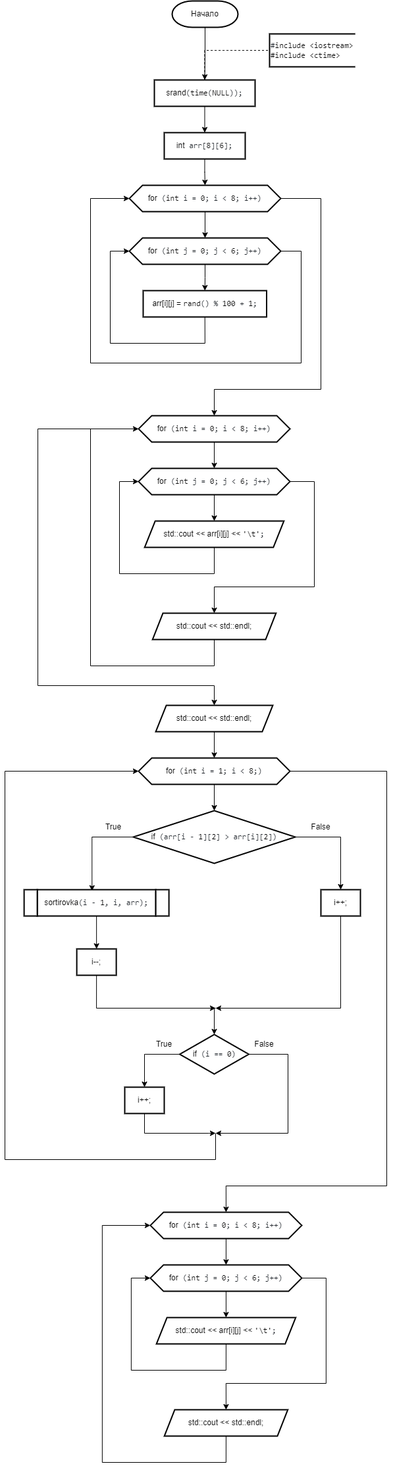
Earlier version of the draw.io export 2 Семестр/Labs/5 Лаба(Двумерные массивы)/Двумерные массивы.png (IlyaFedoseev227/LABS-PNRPU-IVT-22-1b). Source tidied: cells renumbered, new cells last; positions are measured from the earlier drawing's top-left corner, leaving out a move shared by most shapes.
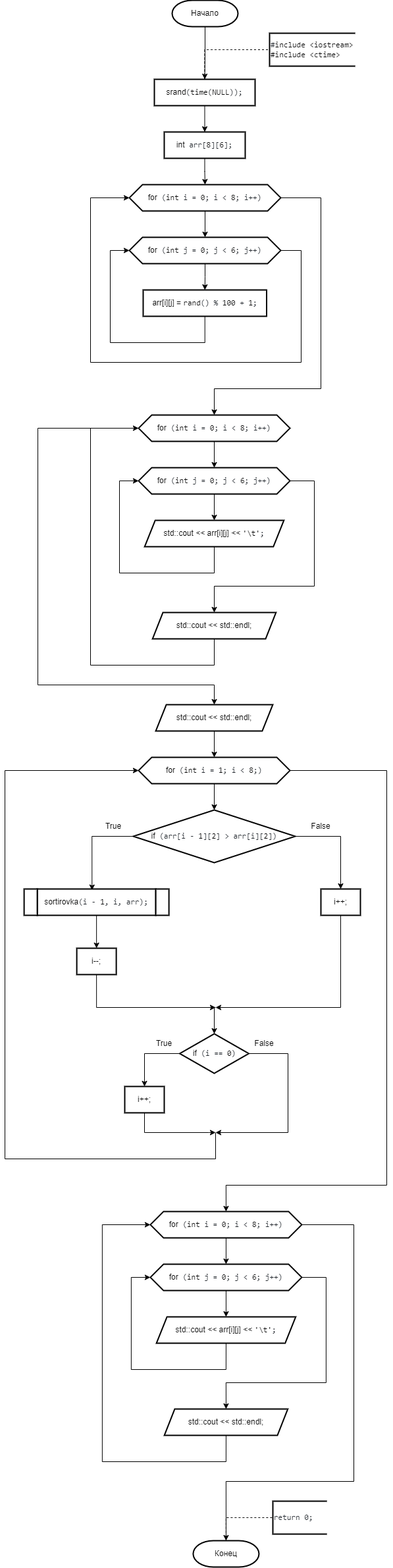
After the change.

Change to the diagram source:
```diff
@@ -247,6 +247,15 @@
     <mxCell id="55" style="edgeStyle=orthogonalEdgeStyle;rounded=0;jettySize=auto;html=1;exitX=0.5;exitY=1;exitDx=0;exitDy=0;" parent="1" edge="1" source="56" target="59">
       <mxGeometry relative="1" as="geometry" />
     </mxCell>
+    <mxCell id="64" style="edgeStyle=orthogonalEdgeStyle;rounded=0;jettySize=auto;html=1;exitX=1;exitY=0.5;exitDx=0;exitDy=0;entryX=0.5;entryY=0;entryDx=0;entryDy=0;entryPerimeter=0;" parent="1" edge="1" source="56" target="65">
+      <mxGeometry relative="1" as="geometry">
+        <Array as="points">
+          <mxPoint x="530" y="1860" />
+          <mxPoint x="530" y="2250" />
+          <mxPoint x="336" y="2250" />
+        </Array>
+      </mxGeometry>
+    </mxCell>
     <mxCell id="56" value="&lt;div style=&quot;text-align: start;&quot;&gt;for&lt;span style=&quot;color: rgb(36, 41, 47); font-family: ui-monospace, SFMono-Regular, &amp;quot;SF Mono&amp;quot;, Menlo, Consolas, &amp;quot;Liberation Mono&amp;quot;, monospace; background-color: rgb(255, 255, 255);&quot;&gt; (&lt;/span&gt;&lt;span style=&quot;box-sizing: border-box; color: var(--color-prettylights-syntax-keyword); font-family: ui-monospace, SFMono-Regular, &amp;quot;SF Mono&amp;quot;, Menlo, Consolas, &amp;quot;Liberation Mono&amp;quot;, monospace; background-color: rgb(255, 255, 255);&quot; class=&quot;pl-k&quot;&gt;int&lt;/span&gt;&lt;span style=&quot;color: rgb(36, 41, 47); font-family: ui-monospace, SFMono-Regular, &amp;quot;SF Mono&amp;quot;, Menlo, Consolas, &amp;quot;Liberation Mono&amp;quot;, monospace; background-color: rgb(255, 255, 255);&quot;&gt; i = &lt;/span&gt;&lt;span style=&quot;box-sizing: border-box; color: var(--color-prettylights-syntax-constant); font-family: ui-monospace, SFMono-Regular, &amp;quot;SF Mono&amp;quot;, Menlo, Consolas, &amp;quot;Liberation Mono&amp;quot;, monospace; background-color: rgb(255, 255, 255);&quot; class=&quot;pl-c1&quot;&gt;0&lt;/span&gt;&lt;span style=&quot;color: rgb(36, 41, 47); font-family: ui-monospace, SFMono-Regular, &amp;quot;SF Mono&amp;quot;, Menlo, Consolas, &amp;quot;Liberation Mono&amp;quot;, monospace; background-color: rgb(255, 255, 255);&quot;&gt;; i &amp;lt; &lt;/span&gt;&lt;span style=&quot;box-sizing: border-box; color: var(--color-prettylights-syntax-constant); font-family: ui-monospace, SFMono-Regular, &amp;quot;SF Mono&amp;quot;, Menlo, Consolas, &amp;quot;Liberation Mono&amp;quot;, monospace; background-color: rgb(255, 255, 255);&quot; class=&quot;pl-c1&quot;&gt;8&lt;/span&gt;&lt;span style=&quot;color: rgb(36, 41, 47); font-family: ui-monospace, SFMono-Regular, &amp;quot;SF Mono&amp;quot;, Menlo, Consolas, &amp;quot;Liberation Mono&amp;quot;, monospace; background-color: rgb(255, 255, 255);&quot;&gt;; i++)&lt;/span&gt;&lt;br&gt;&lt;/div&gt;" style="shape=hexagon;perimeter=hexagonPerimeter2;whiteSpace=wrap;html=1;fixedSize=1;strokeWidth=2;" parent="1" vertex="1">
       <mxGeometry x="220.9" y="1840" width="230" height="40" as="geometry" />
     </mxCell>
@@ -289,5 +298,14 @@
     <mxCell id="63" value="&lt;div style=&quot;text-align: start;&quot;&gt;std::cout &amp;lt;&amp;lt; std::endl;&lt;br&gt;&lt;/div&gt;" style="shape=parallelogram;perimeter=parallelogramPerimeter;whiteSpace=wrap;html=1;fixedSize=1;strokeWidth=2;size=15.75;" parent="1" vertex="1">
       <mxGeometry x="242.2" y="2140" width="187.5" height="40" as="geometry" />
     </mxCell>
+    <mxCell id="65" value="Конец" style="strokeWidth=2;html=1;shape=mxgraph.flowchart.terminator;whiteSpace=wrap;" parent="1" vertex="1">
+      <mxGeometry x="285.9" y="2340" width="100" height="40" as="geometry" />
+    </mxCell>
+    <mxCell id="66" style="edgeStyle=orthogonalEdgeStyle;rounded=0;jettySize=auto;html=1;exitX=0.5;exitY=0;exitDx=0;exitDy=0;entryX=0;entryY=0.5;entryDx=0;entryDy=0;entryPerimeter=0;dashed=1;endArrow=none;endFill=0;exitPerimeter=0;" parent="1" edge="1" source="65" target="67">
+      <mxGeometry relative="1" as="geometry" />
+    </mxCell>
+    <mxCell id="67" value="&lt;font face=&quot;ui-monospace, SFMono-Regular, SF Mono, Menlo, Consolas, Liberation Mono, monospace&quot; color=&quot;#24292f&quot;&gt;&lt;span style=&quot;background-color: rgb(255, 255, 255);&quot;&gt;return 0;&lt;/span&gt;&lt;/font&gt;" style="strokeWidth=2;html=1;shape=mxgraph.flowchart.annotation_1;align=left;" parent="1" vertex="1">
+      <mxGeometry x="406.9" y="2280" width="82" height="50" as="geometry" />
+    </mxCell>
   </root>
 </mxGraphModel>
```
